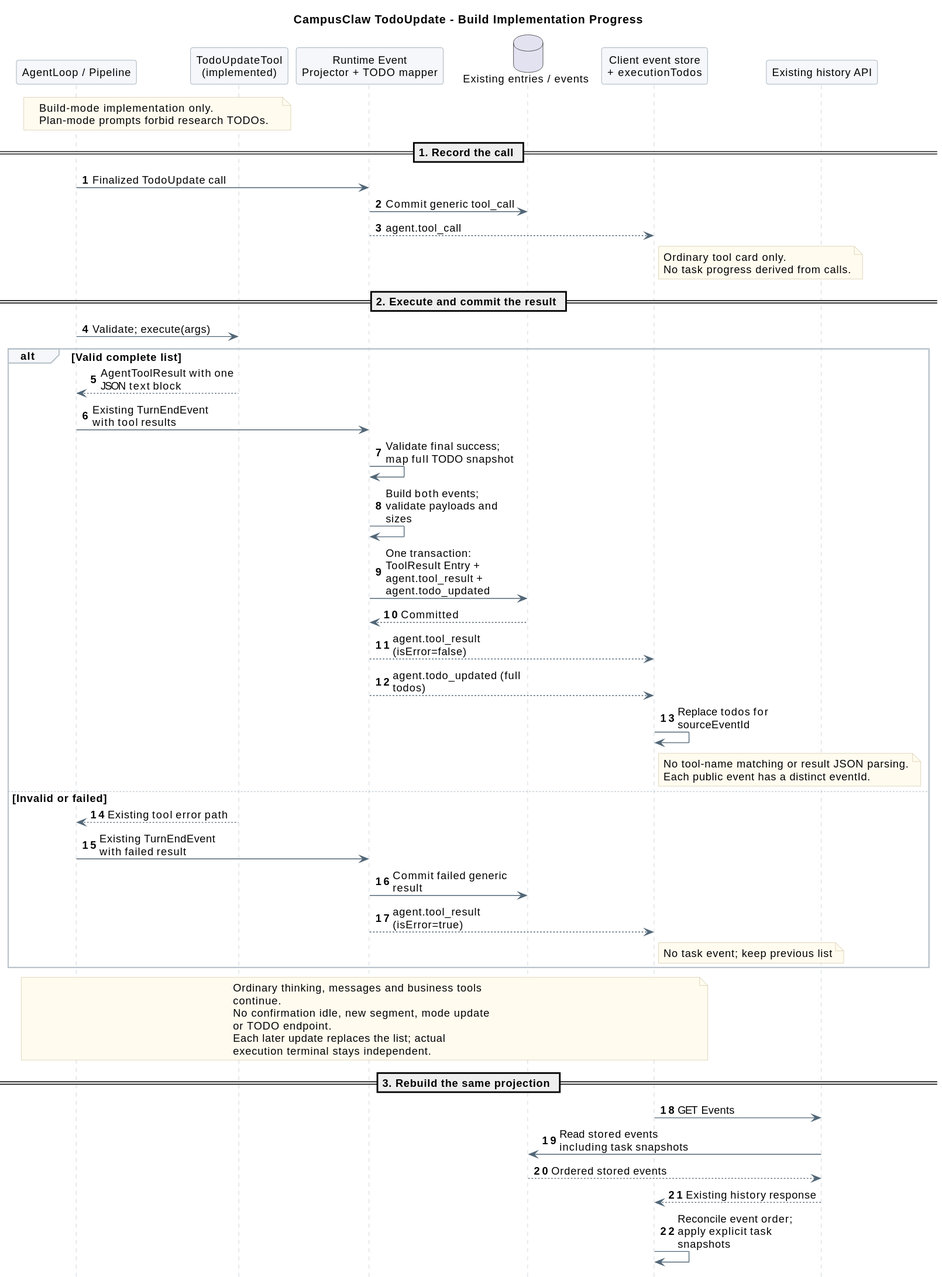
Above: 01-总体架构/06-CampusClaw计划模式/todo_update_sequence.svg in ssm0808/pi-mono-java-design (PlantUML), before the change.
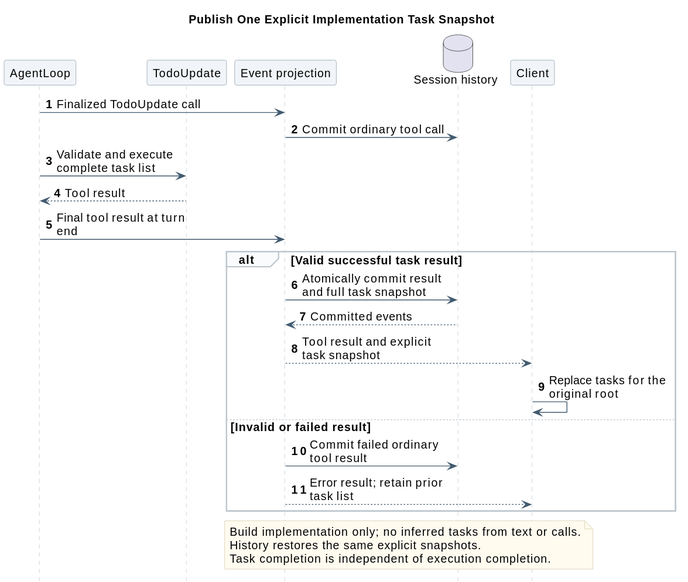
Later version of the same file.

The edit, as a diff of the source:
```diff
@@ -1,75 +1,44 @@
 @startuml
 skinparam backgroundColor white
 skinparam defaultFontName SansSerif
-skinparam defaultFontSize 13
+skinparam defaultFontSize 14
 skinparam shadowing false
 skinparam sequenceMessageAlign left
-skinparam maxMessageSize 165
-skinparam sequenceArrowColor #526777
+skinparam maxMessageSize 180
+skinparam sequenceArrowColor #425B70
 skinparam sequenceLifeLineBorderColor #BAC4CC
-skinparam sequenceParticipantBackgroundColor #F5F7FA
+skinparam sequenceParticipantBackgroundColor #F1F5F9
 skinparam sequenceParticipantBorderColor #8496A4
-skinparam sequenceGroupBackgroundColor #F5F7FA
+skinparam sequenceGroupBackgroundColor #FAFBFC
 skinparam sequenceGroupBorderColor #BAC4CC
 skinparam noteBackgroundColor #FFFBEF
 skinparam noteBorderColor #D2C6A5
 hide footbox
 autonumber
-title CampusClaw TodoUpdate - Build Implementation Progress
-participant "AgentLoop / Pipeline" as Loop
-participant "TodoUpdateTool\n(implemented)" as Todo
-participant "Runtime Event\nProjector + TODO mapper" as Projector
-database "Existing entries / events" as DB
-participant "Client event store\n+ executionTodos" as UI
-participant "Existing history API" as History
 
-note over Loop,Todo
-  Build-mode implementation only.
-  Plan-mode prompts forbid research TODOs.
+title Publish One Explicit Implementation Task Snapshot
+participant "AgentLoop" as Loop
+participant "TodoUpdate" as Todo
+participant "Event projection" as Projector
+database "Session history" as DB
+participant Client
+Loop -> Projector : Finalized TodoUpdate call
+Projector -> DB : Commit ordinary tool call
+Loop -> Todo : Validate and execute complete task list
+Todo --> Loop : Tool result
+Loop -> Projector : Final tool result at turn end
+alt Valid successful task result
+  Projector -> DB : Atomically commit result and full task snapshot
+  DB --> Projector : Committed events
+  Projector --> Client : Tool result and explicit task snapshot
+  Client -> Client : Replace tasks for the original root
+else Invalid or failed result
+  Projector -> DB : Commit failed ordinary tool result
+  Projector --> Client : Error result; retain prior task list
+end
+note over Projector,Client
+  Build implementation only; no inferred tasks from text or calls.
+  History restores the same explicit snapshots.
+  Task completion is independent of execution completion.
 end note
-== 1. Record the call ==
-Loop -> Projector : Finalized TodoUpdate call
-Projector -> DB : Commit generic tool_call
-Projector --> UI : agent.tool_call
-note right of UI
-  Ordinary tool card only.
-  No task progress derived from calls.
-end note
-== 2. Execute and commit the result ==
-Loop -> Todo : Validate; execute(args)
-alt Valid complete list
-  Todo --> Loop : AgentToolResult with one JSON text block
-  Loop -> Projector : Existing TurnEndEvent with tool results
-  Projector -> Projector : Validate final success; map full TODO snapshot
-  Projector -> Projector : Build both events; validate payloads and sizes
-  Projector -> DB : One transaction: ToolResult Entry +\nagent.tool_result + agent.todo_updated
-  DB --> Projector : Committed
-  Projector --> UI : agent.tool_result (isError=false)
-  Projector --> UI : agent.todo_updated (full todos)
-  UI -> UI : Replace todos for sourceEventId
-  note right of UI
-  No tool-name matching or result JSON parsing.
-  Each public event has a distinct eventId.
-  end note
-else Invalid or failed
-  Todo --> Loop : Existing tool error path
-  Loop -> Projector : Existing TurnEndEvent with failed result
-  Projector -> DB : Commit failed generic result
-  Projector --> UI : agent.tool_result (isError=true)
-  note right of UI : No task event; keep previous list
-end
-note over Loop,UI
-  Ordinary thinking, messages and business tools
-  continue.
-  No confirmation idle, new segment, mode update
-  or TODO endpoint.
-  Each later update replaces the list; actual
-  execution terminal stays independent.
-end note
-== 3. Rebuild the same projection ==
-UI -> History : GET Events
-History -> DB : Read stored events including task snapshots
-DB --> History : Ordered stored events
-History --> UI : Existing history response
-UI -> UI : Reconcile event order; apply explicit task snapshots
 @enduml
```
